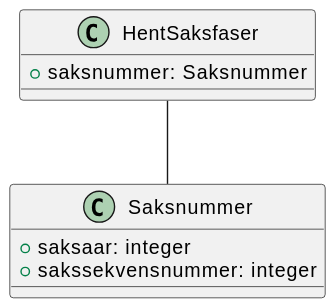
This is Dokumentasjon/V1/ClassDiagrams/no.ks.fiks.saksfaser.v1.saksfaser.hent/classdiagram.svg from ks-no/fiks-saksfaser-specification, a PlantUML export, as it was before one commit.
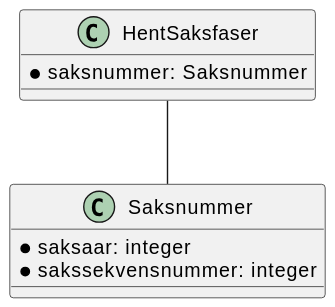
Later version of the same file.

The edit, as a diff of the source:
```diff
@@ -2,7 +2,7 @@
 !include ./../no.ks.fiks.saksfaser.v1.felles.saksnummer/classdiagram.pu
 
 class HentSaksfaser {
-    +saksnummer: Saksnummer
+    *saksnummer: Saksnummer
 }
 
 HentSaksfaser -- Saksnummer
```
